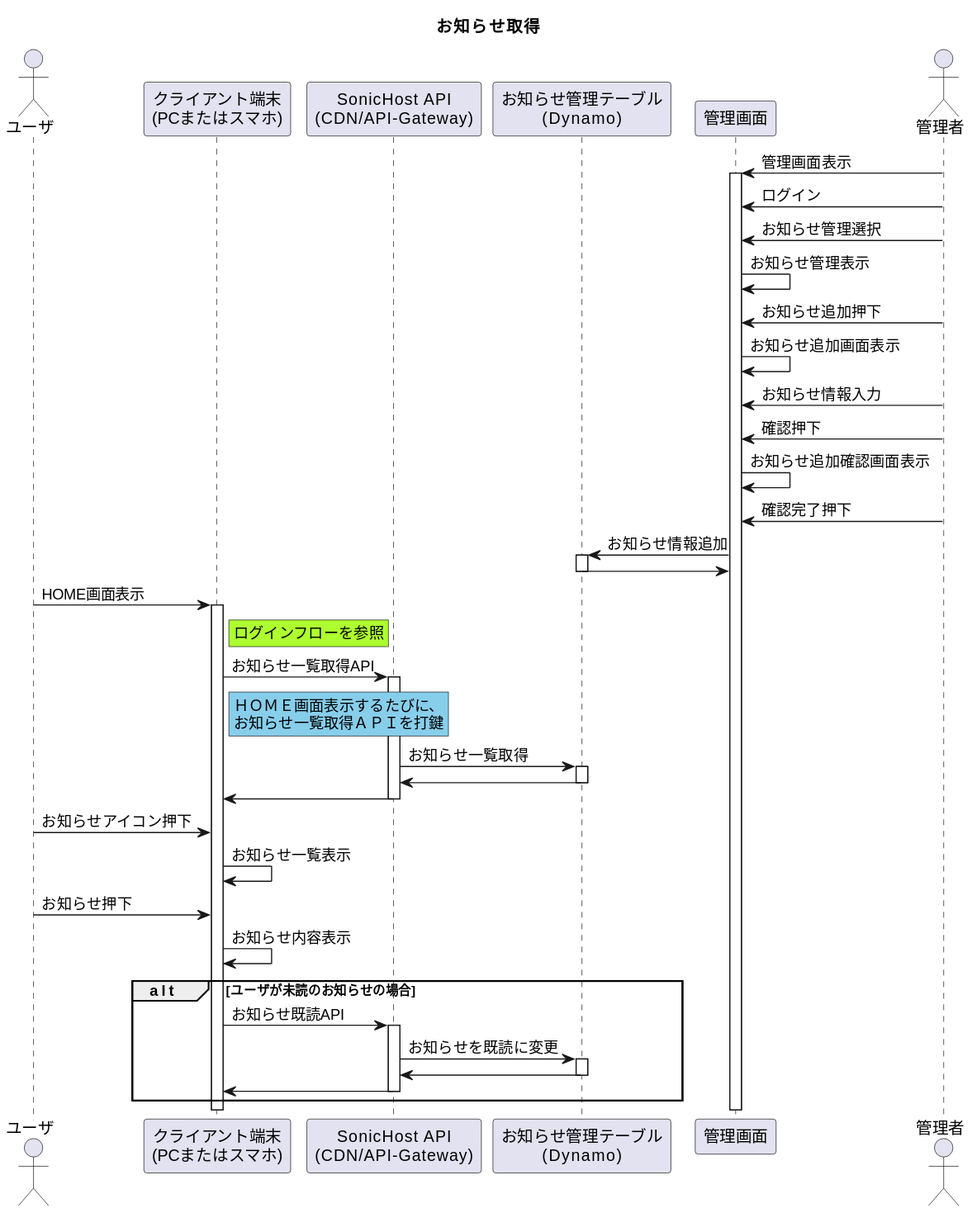
Above: 01_Sequences/04_Notification/01_getNotificationFlow/getNotificationFlow.svg in Sonic-Host/documents (PlantUML), before the change. Its diagram source:
```plantuml
@startuml
title お知らせ取得

actor "ユーザ" as user
participant "クライアント端末\n(PCまたはスマホ)" as device
participant "SonicHost API\n(CDN/API-Gateway)" as api

participant "お知らせ管理テーブル\n(Dynamo)" as dynamo
participant "管理画面" as adminApp
actor "管理者" as adminUser


adminUser -> adminApp ++ : 管理画面表示
adminUser -> adminApp : ログイン
adminUser -> adminApp : お知らせ管理選択
adminApp -> adminApp : お知らせ管理表示
adminUser -> adminApp : お知らせ追加押下
adminApp -> adminApp : お知らせ追加画面表示
adminUser -> adminApp : お知らせ情報入力
adminUser -> adminApp : 確認押下
adminApp -> adminApp : お知らせ追加確認画面表示
adminUser -> adminApp : 確認完了押下
adminApp -> dynamo ++ : お知らせ情報追加
adminApp <- dynamo --


user -> device ++: HOME画面表示
rnote right of device #GreenYellow
    ログインフローを参照
end note
device -> api ++ : お知らせ一覧取得API
rnote right of device #SkyBlue
    ＨＯＭＥ画面表示するたびに、
    お知らせ一覧取得ＡＰＩを打鍵
end note
api -> dynamo ++ : お知らせ一覧取得
api <- dynamo --
device <- api --
user -> device : お知らせアイコン押下
device -> device : お知らせ一覧表示
user -> device : お知らせ押下
device -> device : お知らせ内容表示
alt ユーザが未読のお知らせの場合
    device -> api ++ : お知らせ既読API
    api -> dynamo ++ : お知らせを既読に変更
    api <- dynamo --
    device <- api --
end
@enduml
```
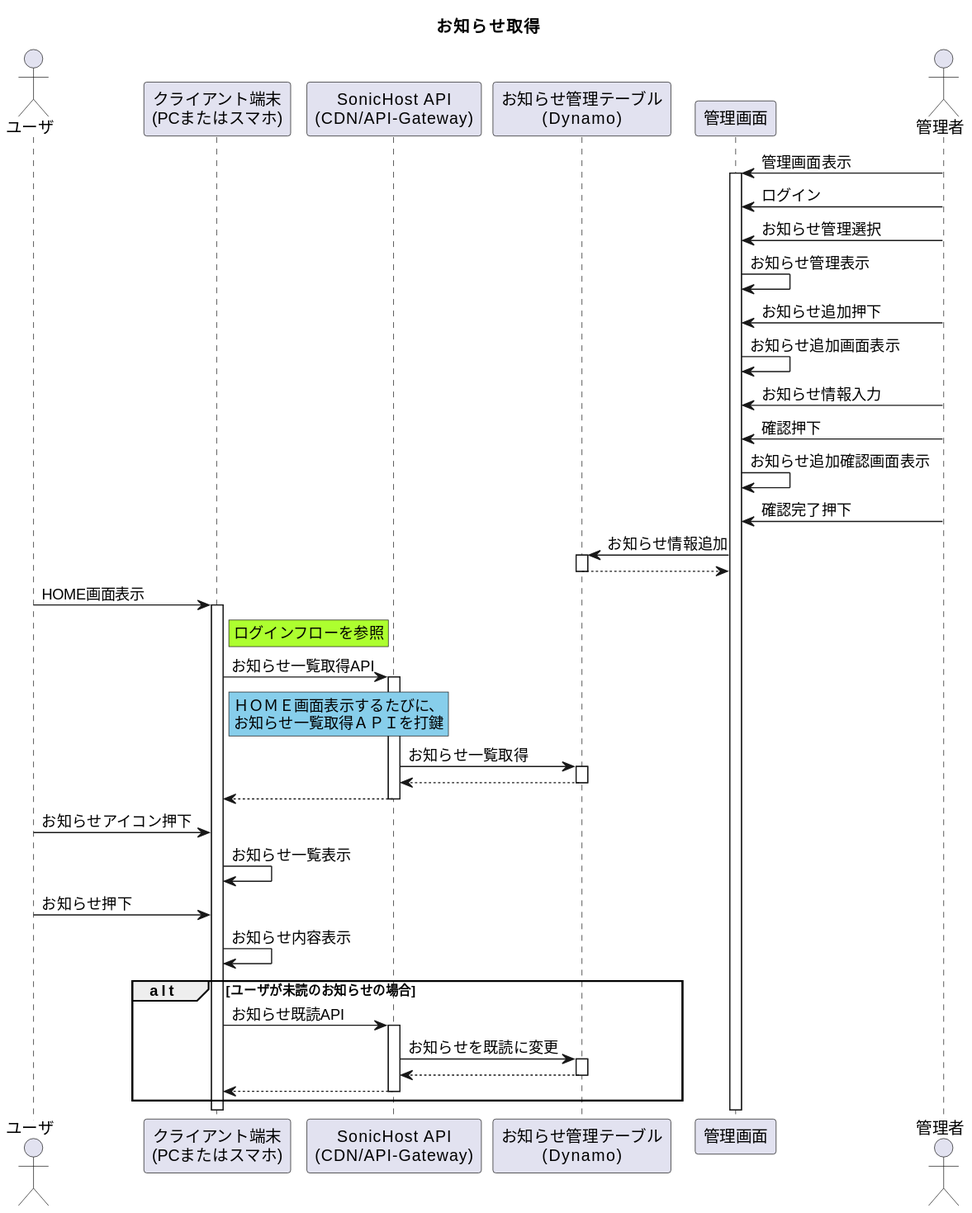
Above is the later version.

What changed in the source:
```diff
@@ -21,7 +21,7 @@
 adminApp -> adminApp : お知らせ追加確認画面表示
 adminUser -> adminApp : 確認完了押下
 adminApp -> dynamo ++ : お知らせ情報追加
-adminApp <- dynamo --
+adminApp <-- dynamo --
 
 
 user -> device ++: HOME画面表示
@@ -34,8 +34,8 @@
     お知らせ一覧取得ＡＰＩを打鍵
 end note
 api -> dynamo ++ : お知らせ一覧取得
-api <- dynamo --
-device <- api --
+api <-- dynamo --
+device <-- api --
 user -> device : お知らせアイコン押下
 device -> device : お知らせ一覧表示
 user -> device : お知らせ押下
@@ -43,7 +43,7 @@
 alt ユーザが未読のお知らせの場合
     device -> api ++ : お知らせ既読API
     api -> dynamo ++ : お知らせを既読に変更
-    api <- dynamo --
-    device <- api --
+    api <-- dynamo --
+    device <-- api --
 end
 @enduml
```
